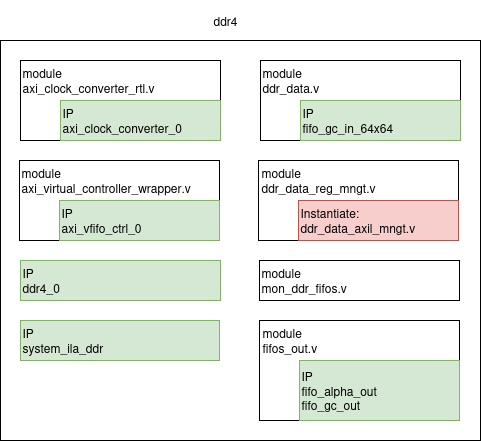
Above: src/electronics/fpga/pics/ddr4_hier.png in Veriqloud/kiwi_doc (draw.io), before the change. Source tidied: cells renumbered, new cells last; positions are measured from the earlier drawing's top-left corner, leaving out a move shared by most shapes.
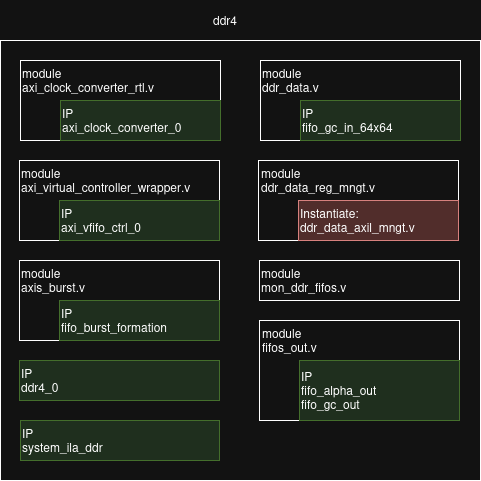
The same diagram one commit later.

Change to the diagram source:
```diff
@@ -1,10 +1,10 @@
-<mxGraphModel background="#ffffff">
+<mxGraphModel>
   <root>
     <mxCell id="0" />
     <mxCell id="1" parent="0" />
-    <mxCell id="2" style="rounded=0;whiteSpace=wrap;html=1;fillColor=none;" parent="1" vertex="1">
-      <mxGeometry y="40" width="480" height="400" as="geometry" />
-    </mxCell>
+    <mxCell id="23" style="rounded=0;whiteSpace=wrap;html=1;fillColor=none;" parent="1" vertex="1">
+      <mxGeometry y="40" width="480" height="440" as="geometry" />
+    </mxCell>
     <mxCell id="3" style="rounded=0;whiteSpace=wrap;html=1;" parent="1" vertex="1">
       <mxGeometry x="20" y="60" width="200" height="80" as="geometry" />
     </mxCell>
@@ -24,7 +24,7 @@
       <mxGeometry x="59" y="200" width="160" height="40" as="geometry" />
     </mxCell>
     <mxCell id="9" value="&lt;div&gt;IP&lt;/div&gt;&lt;div&gt;ddr4_0&lt;/div&gt;" style="text;html=1;align=left;verticalAlign=middle;whiteSpace=wrap;rounded=0;fillColor=#d5e8d4;strokeColor=#82b366;" parent="1" vertex="1">
-      <mxGeometry x="20" y="260" width="200" height="40" as="geometry" />
+      <mxGeometry x="19" y="360" width="200" height="40" as="geometry" />
     </mxCell>
     <mxCell id="10" style="rounded=0;whiteSpace=wrap;html=1;" parent="1" vertex="1">
       <mxGeometry x="260" y="60" width="200" height="80" as="geometry" />
@@ -60,10 +60,19 @@
       <mxGeometry x="259" y="260" width="200" height="40" as="geometry" />
     </mxCell>
     <mxCell id="21" value="&lt;div&gt;IP&lt;/div&gt;&lt;div&gt;system_ila_ddr&lt;br&gt;&lt;/div&gt;" style="text;html=1;align=left;verticalAlign=middle;whiteSpace=wrap;rounded=0;fillColor=#d5e8d4;strokeColor=#82b366;" parent="1" vertex="1">
-      <mxGeometry x="20" y="320" width="199" height="40" as="geometry" />
+      <mxGeometry x="20" y="420" width="199" height="40" as="geometry" />
     </mxCell>
     <mxCell id="22" value="ddr4" style="text;html=1;align=center;verticalAlign=middle;whiteSpace=wrap;rounded=0;" parent="1" vertex="1">
       <mxGeometry x="190" width="70" height="40" as="geometry" />
     </mxCell>
+    <mxCell id="24" style="rounded=0;whiteSpace=wrap;html=1;" parent="1" vertex="1">
+      <mxGeometry x="19" y="260" width="200" height="80" as="geometry" />
+    </mxCell>
+    <mxCell id="25" value="&lt;div align=&quot;left&quot;&gt;module &lt;br&gt;&lt;/div&gt;&lt;div align=&quot;left&quot;&gt;axis_burst.v&lt;br&gt;&lt;/div&gt;" style="text;html=1;align=left;verticalAlign=middle;whiteSpace=wrap;rounded=0;" parent="1" vertex="1">
+      <mxGeometry x="19" y="260" width="200" height="40" as="geometry" />
+    </mxCell>
+    <mxCell id="26" value="&lt;div&gt;IP&lt;/div&gt;&lt;div&gt;fifo_burst_formation&lt;/div&gt;" style="text;html=1;align=left;verticalAlign=middle;whiteSpace=wrap;rounded=0;fillColor=#d5e8d4;strokeColor=#82b366;" parent="1" vertex="1">
+      <mxGeometry x="59" y="300" width="160" height="40" as="geometry" />
+    </mxCell>
   </root>
 </mxGraphModel>
```
